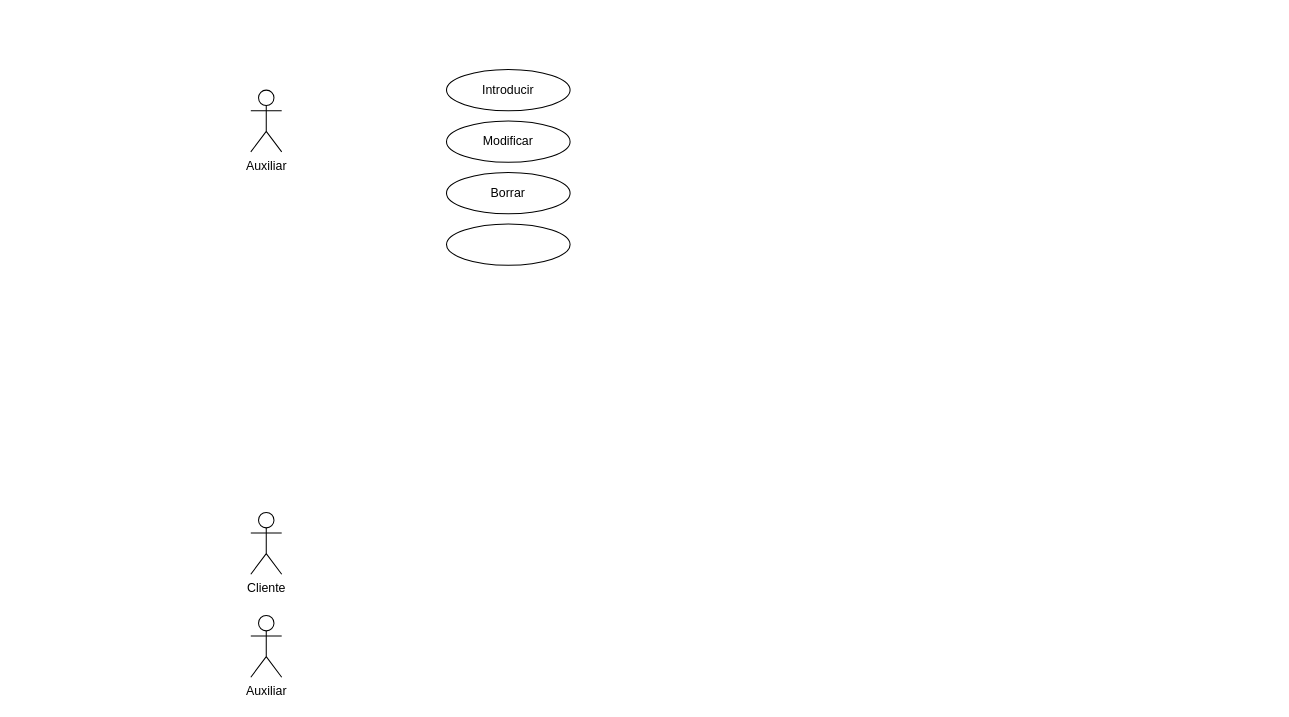
Aeyoz/entornos-desarrollo keeps this draw.io diagram as Diagrama sin título.drawio. Above is the earlier version. Source tidied: cells renumbered, new cells numbered last; positions are measured from the earlier drawing's top-left corner, leaving out a move shared by most shapes. Both pictures are drawn from the tidied source at 103%, with x=0, y=0 at pixel (250, 69).
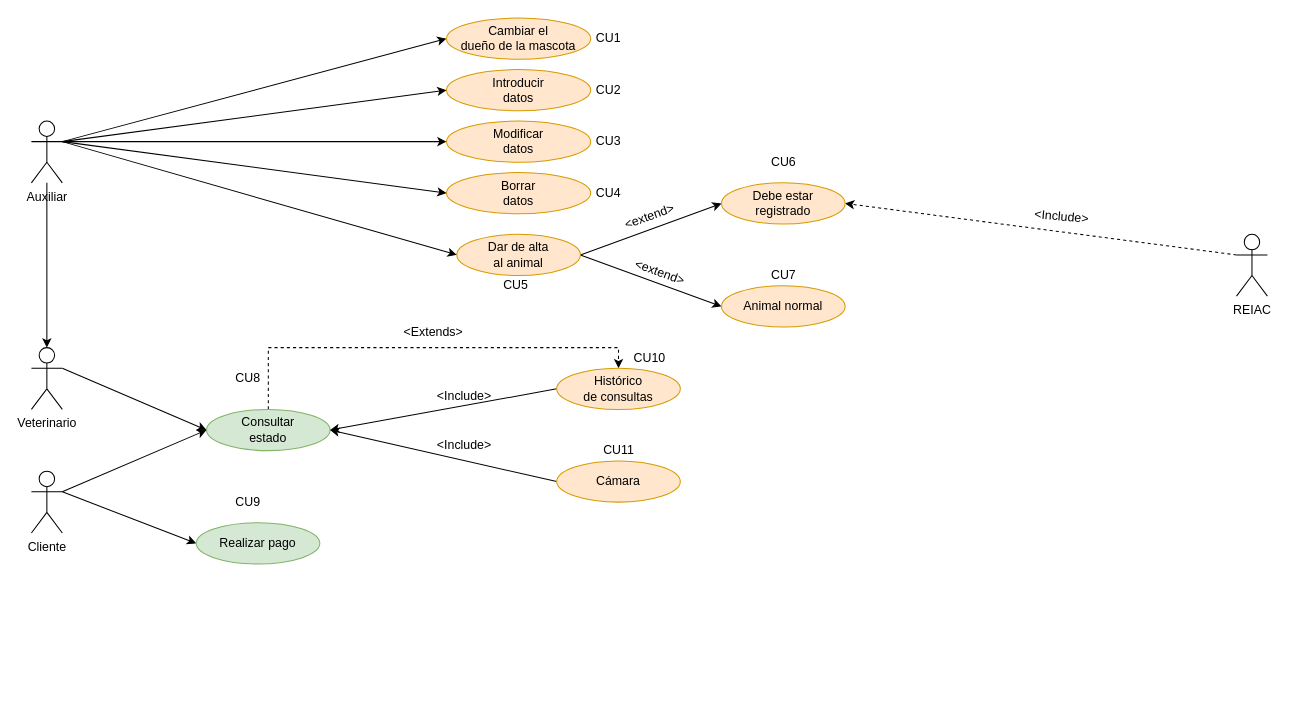
After the change.

Change to the diagram source:
```diff
@@
+    <mxCell id="9" style="edgeStyle=none;rounded=0;jettySize=auto;html=1;entryX=0.5;entryY=0;entryDx=0;entryDy=0;entryPerimeter=0;" parent="1" edge="1" source="2" target="14">
+      <mxGeometry relative="1" as="geometry" />
+    </mxCell>
     <mxCell id="2" value="Auxiliar" style="shape=umlActor;verticalLabelPosition=bottom;verticalAlign=top;html=1;outlineConnect=0;" parent="1" vertex="1">
-      <mxGeometry y="20" width="30" height="60" as="geometry" />
+      <mxGeometry x="-213" y="50" width="30" height="60" as="geometry" />
     </mxCell>
+    <mxCell id="10" style="edgeStyle=none;rounded=0;jettySize=auto;html=1;exitX=1;exitY=0.3333333333333333;exitDx=0;exitDy=0;exitPerimeter=0;entryX=0;entryY=0.5;entryDx=0;entryDy=0;" parent="1" edge="1" source="3" target="16">
+      <mxGeometry relative="1" as="geometry" />
+    </mxCell>
+    <mxCell id="11" style="edgeStyle=none;rounded=0;jettySize=auto;html=1;exitX=1;exitY=0.3333333333333333;exitDx=0;exitDy=0;exitPerimeter=0;entryX=0;entryY=0.5;entryDx=0;entryDy=0;" parent="1" edge="1" source="3" target="29">
+      <mxGeometry relative="1" as="geometry" />
+    </mxCell>
     <mxCell id="3" value="Cliente" style="shape=umlActor;verticalLabelPosition=bottom;verticalAlign=top;html=1;outlineConnect=0;" parent="1" vertex="1">
-      <mxGeometry y="430" width="30" height="60" as="geometry" />
+      <mxGeometry x="-213" y="390" width="30" height="60" as="geometry" />
     </mxCell>
-    <mxCell id="4" value="Auxiliar" style="shape=umlActor;verticalLabelPosition=bottom;verticalAlign=top;html=1;" parent="1" vertex="1">
-      <mxGeometry y="530" width="30" height="60" as="geometry" />
-    </mxCell>
-    <mxCell id="5" value="&lt;div&gt;Introducir&lt;/div&gt;" style="ellipse;whiteSpace=wrap;html=1;" parent="1" vertex="1">
-      <mxGeometry x="190" width="120" height="40" as="geometry" />
+    <mxCell id="5" value="&lt;div&gt;Introducir&lt;/div&gt;&lt;div&gt;datos&lt;br&gt;&lt;/div&gt;" style="ellipse;whiteSpace=wrap;html=1;fillColor=#ffe6cc;strokeColor=#d79b00;" parent="1" vertex="1">
+      <mxGeometry x="190" width="140" height="40" as="geometry" />
     </mxCell>
-    <mxCell id="6" value="Modificar" style="ellipse;whiteSpace=wrap;html=1;" parent="1" vertex="1">
-      <mxGeometry x="190" y="50" width="120" height="40" as="geometry" />
+    <mxCell id="6" value="&lt;div&gt;Modificar &lt;br&gt;&lt;/div&gt;&lt;div&gt;datos&lt;/div&gt;" style="ellipse;whiteSpace=wrap;html=1;fillColor=#ffe6cc;strokeColor=#d79b00;" parent="1" vertex="1">
+      <mxGeometry x="190" y="50" width="140" height="40" as="geometry" />
     </mxCell>
-    <mxCell id="7" style="ellipse;whiteSpace=wrap;html=1;" parent="1" vertex="1">
-      <mxGeometry x="190" y="150" width="120" height="40" as="geometry" />
-    </mxCell>
-    <mxCell id="8" value="Borrar" style="ellipse;whiteSpace=wrap;html=1;" parent="1" vertex="1">
-      <mxGeometry x="190" y="100" width="120" height="40" as="geometry" />
+    <mxCell id="8" value="&lt;div&gt;Borrar &lt;br&gt;&lt;/div&gt;&lt;div&gt;datos&lt;br&gt;&lt;/div&gt;" style="ellipse;whiteSpace=wrap;html=1;fillColor=#ffe6cc;strokeColor=#d79b00;" parent="1" vertex="1">
+      <mxGeometry x="190" y="100" width="140" height="40" as="geometry" />
     </mxCell>
+    <mxCell id="12" value="&lt;div&gt;REIAC&lt;/div&gt;" style="shape=umlActor;verticalLabelPosition=bottom;verticalAlign=top;html=1;outlineConnect=0;" parent="1" vertex="1">
+      <mxGeometry x="957" y="160" width="30" height="60" as="geometry" />
+    </mxCell>
+    <mxCell id="13" style="edgeStyle=none;rounded=0;jettySize=auto;html=1;exitX=1;exitY=0.3333333333333333;exitDx=0;exitDy=0;exitPerimeter=0;entryX=0;entryY=0.5;entryDx=0;entryDy=0;" parent="1" edge="1" source="14" target="16">
+      <mxGeometry relative="1" as="geometry" />
+    </mxCell>
+    <mxCell id="14" value="&lt;div&gt;Veterinario&lt;/div&gt;" style="shape=umlActor;verticalLabelPosition=bottom;verticalAlign=top;html=1;outlineConnect=0;" parent="1" vertex="1">
+      <mxGeometry x="-213" y="270" width="30" height="60" as="geometry" />
+    </mxCell>
+    <mxCell id="15" style="edgeStyle=orthogonalEdgeStyle;rounded=0;jettySize=auto;html=1;exitX=0.5;exitY=0;exitDx=0;exitDy=0;entryX=0.5;entryY=0;entryDx=0;entryDy=0;dashed=1;" parent="1" edge="1" source="16" target="26">
+      <mxGeometry relative="1" as="geometry" />
+    </mxCell>
+    <mxCell id="16" value="&lt;div&gt;Consultar&lt;/div&gt;&lt;div&gt;estado&lt;br&gt;&lt;/div&gt;" style="ellipse;whiteSpace=wrap;html=1;fillColor=#d5e8d4;strokeColor=#82b366;" parent="1" vertex="1">
+      <mxGeometry x="-43" y="330" width="120" height="40" as="geometry" />
+    </mxCell>
+    <mxCell id="17" style="edgeStyle=none;rounded=0;jettySize=auto;html=1;exitX=1;exitY=0.5;exitDx=0;exitDy=0;entryX=0;entryY=0.5;entryDx=0;entryDy=0;" parent="1" edge="1" source="19" target="35">
+      <mxGeometry relative="1" as="geometry" />
+    </mxCell>
+    <mxCell id="18" style="edgeStyle=none;rounded=0;jettySize=auto;html=1;exitX=1;exitY=0.5;exitDx=0;exitDy=0;entryX=0;entryY=0.5;entryDx=0;entryDy=0;" parent="1" edge="1" source="19" target="36">
+      <mxGeometry relative="1" as="geometry" />
+    </mxCell>
+    <mxCell id="19" value="&lt;div&gt;Dar de alta&lt;/div&gt;&lt;div&gt;al animal&lt;br&gt;&lt;/div&gt;" style="ellipse;whiteSpace=wrap;html=1;fillColor=#ffe6cc;strokeColor=#d79b00;" parent="1" vertex="1">
+      <mxGeometry x="200" y="160" width="120" height="40" as="geometry" />
+    </mxCell>
+    <mxCell id="20" style="rounded=0;jettySize=auto;html=1;exitX=1;exitY=0.3333333333333333;exitDx=0;exitDy=0;entryX=0;entryY=0.5;entryDx=0;entryDy=0;exitPerimeter=0;" parent="1" edge="1" source="2" target="19">
+      <mxGeometry relative="1" as="geometry" />
+    </mxCell>
+    <mxCell id="21" style="rounded=0;jettySize=auto;html=1;exitX=1;exitY=0.3333333333333333;exitDx=0;exitDy=0;entryX=0;entryY=0.5;entryDx=0;entryDy=0;exitPerimeter=0;" parent="1" edge="1" source="2" target="8">
+      <mxGeometry relative="1" as="geometry" />
+    </mxCell>
+    <mxCell id="22" style="rounded=0;jettySize=auto;html=1;exitX=1;exitY=0.3333333333333333;exitDx=0;exitDy=0;entryX=0;entryY=0.5;entryDx=0;entryDy=0;exitPerimeter=0;" parent="1" edge="1" source="2" target="6">
+      <mxGeometry relative="1" as="geometry" />
+    </mxCell>
+    <mxCell id="23" style="rounded=0;jettySize=auto;html=1;exitX=1;exitY=0.3333333333333333;exitDx=0;exitDy=0;entryX=0;entryY=0.5;entryDx=0;entryDy=0;exitPerimeter=0;" parent="1" edge="1" source="2" target="5">
+      <mxGeometry relative="1" as="geometry" />
+    </mxCell>
+    <mxCell id="24" style="rounded=0;jettySize=auto;html=1;exitX=1;exitY=0.3333333333333333;exitDx=0;exitDy=0;entryX=0;entryY=0.5;entryDx=0;entryDy=0;exitPerimeter=0;" parent="1" edge="1" source="2" target="33">
+      <mxGeometry relative="1" as="geometry" />
+    </mxCell>
+    <mxCell id="25" style="edgeStyle=none;rounded=0;jettySize=auto;html=1;exitX=0;exitY=0.5;exitDx=0;exitDy=0;entryX=1;entryY=0.5;entryDx=0;entryDy=0;" parent="1" edge="1" source="26">
+      <mxGeometry relative="1" as="geometry">
+        <mxPoint x="77" y="350" as="targetPoint" />
+      </mxGeometry>
+    </mxCell>
+    <mxCell id="26" value="&lt;div&gt;Histórico &lt;br&gt;&lt;/div&gt;&lt;div&gt;de consultas&lt;/div&gt;" style="ellipse;whiteSpace=wrap;html=1;fillColor=#ffe6cc;strokeColor=#d79b00;" parent="1" vertex="1">
+      <mxGeometry x="297" y="290" width="120" height="40" as="geometry" />
+    </mxCell>
+    <mxCell id="27" style="edgeStyle=none;rounded=0;jettySize=auto;html=1;exitX=0;exitY=0.5;exitDx=0;exitDy=0;entryX=1;entryY=0.5;entryDx=0;entryDy=0;" parent="1" edge="1" source="28">
+      <mxGeometry relative="1" as="geometry">
+        <mxPoint x="77" y="350" as="targetPoint" />
+      </mxGeometry>
+    </mxCell>
+    <mxCell id="28" value="Cámara" style="ellipse;whiteSpace=wrap;html=1;fillColor=#ffe6cc;strokeColor=#d79b00;" parent="1" vertex="1">
+      <mxGeometry x="297" y="380" width="120" height="40" as="geometry" />
+    </mxCell>
+    <mxCell id="29" value="Realizar pago" style="ellipse;whiteSpace=wrap;html=1;fillColor=#d5e8d4;strokeColor=#82b366;" parent="1" vertex="1">
+      <mxGeometry x="-53" y="440" width="120" height="40" as="geometry" />
+    </mxCell>
+    <mxCell id="30" value="&amp;lt;Include&amp;gt;" style="text;html=1;align=center;verticalAlign=middle;strokeColor=none;fillColor=none;" parent="1" vertex="1">
+      <mxGeometry x="167" y="350" width="80" height="30" as="geometry" />
+    </mxCell>
+    <mxCell id="31" value="&amp;lt;Include&amp;gt;" style="text;html=1;align=center;verticalAlign=middle;strokeColor=none;fillColor=none;" parent="1" vertex="1">
+      <mxGeometry x="167" y="302" width="80" height="30" as="geometry" />
+    </mxCell>
+    <mxCell id="32" style="edgeStyle=none;rounded=0;jettySize=auto;html=1;exitX=0;exitY=0.3333333333333333;exitDx=0;exitDy=0;entryX=1;entryY=0.5;entryDx=0;entryDy=0;dashed=1;exitPerimeter=0;" parent="1" edge="1" source="12" target="35">
+      <mxGeometry relative="1" as="geometry" />
+    </mxCell>
+    <mxCell id="33" value="&lt;div&gt;Cambiar el &lt;br&gt;&lt;/div&gt;&lt;div&gt;dueño de la mascota&lt;/div&gt;" style="ellipse;whiteSpace=wrap;html=1;fillColor=#ffe6cc;strokeColor=#d79b00;" parent="1" vertex="1">
+      <mxGeometry x="190" y="-50" width="140" height="40" as="geometry" />
+    </mxCell>
+    <mxCell id="34" value="&amp;lt;Extends&amp;gt;" style="text;html=1;align=center;verticalAlign=middle;strokeColor=none;fillColor=none;" parent="1" vertex="1">
+      <mxGeometry x="137" y="240" width="80" height="30" as="geometry" />
+    </mxCell>
+    <mxCell id="35" value="&lt;div&gt;Debe estar &lt;br&gt;&lt;/div&gt;&lt;div&gt;registrado&lt;br&gt;&lt;/div&gt;" style="ellipse;whiteSpace=wrap;html=1;fillColor=#ffe6cc;strokeColor=#d79b00;" parent="1" vertex="1">
+      <mxGeometry x="457" y="110" width="120" height="40" as="geometry" />
+    </mxCell>
+    <mxCell id="36" value="Animal normal" style="ellipse;whiteSpace=wrap;html=1;fillColor=#ffe6cc;strokeColor=#d79b00;" parent="1" vertex="1">
+      <mxGeometry x="457" y="210" width="120" height="40" as="geometry" />
+    </mxCell>
+    <mxCell id="37" value="&amp;lt;Include&amp;gt;" style="text;html=1;align=center;verticalAlign=middle;strokeColor=none;fillColor=none;rotation=5;" parent="1" vertex="1">
+      <mxGeometry x="747" y="128" width="80" height="30" as="geometry" />
+    </mxCell>
+    <mxCell id="38" value="&lt;div&gt;&amp;lt;extend&amp;gt;&lt;/div&gt;" style="text;html=1;align=center;verticalAlign=middle;strokeColor=none;fillColor=none;rotation=-20;" parent="1" vertex="1">
+      <mxGeometry x="352" y="128" width="70" height="30" as="geometry" />
+    </mxCell>
+    <mxCell id="39" value="&lt;div&gt;&amp;lt;extend&amp;gt;&lt;/div&gt;" style="text;html=1;align=center;verticalAlign=middle;strokeColor=none;fillColor=none;rotation=20;" parent="1" vertex="1">
+      <mxGeometry x="362" y="182" width="70" height="30" as="geometry" />
+    </mxCell>
+    <mxCell id="40" value="CU4" style="text;html=1;align=center;verticalAlign=middle;strokeColor=none;fillColor=none;" parent="1" vertex="1">
+      <mxGeometry x="322" y="105" width="50" height="30" as="geometry" />
+    </mxCell>
+    <mxCell id="41" value="CU1" style="text;html=1;align=center;verticalAlign=middle;strokeColor=none;fillColor=none;" parent="1" vertex="1">
+      <mxGeometry x="322" y="-45" width="50" height="30" as="geometry" />
+    </mxCell>
+    <mxCell id="42" value="CU3" style="text;html=1;align=center;verticalAlign=middle;strokeColor=none;fillColor=none;" parent="1" vertex="1">
+      <mxGeometry x="322" y="55" width="50" height="30" as="geometry" />
+    </mxCell>
+    <mxCell id="43" value="&lt;div&gt;CU2&lt;/div&gt;" style="text;html=1;align=center;verticalAlign=middle;strokeColor=none;fillColor=none;" parent="1" vertex="1">
+      <mxGeometry x="322" y="5" width="50" height="30" as="geometry" />
+    </mxCell>
+    <mxCell id="44" value="CU10" style="text;html=1;align=center;verticalAlign=middle;strokeColor=none;fillColor=none;" parent="1" vertex="1">
+      <mxGeometry x="362" y="265" width="50" height="30" as="geometry" />
+    </mxCell>
+    <mxCell id="45" value="CU11" style="text;html=1;align=center;verticalAlign=middle;strokeColor=none;fillColor=none;" parent="1" vertex="1">
+      <mxGeometry x="332" y="355" width="50" height="30" as="geometry" />
+    </mxCell>
+    <mxCell id="46" value="CU7" style="text;html=1;align=center;verticalAlign=middle;strokeColor=none;fillColor=none;" parent="1" vertex="1">
+      <mxGeometry x="492" y="185" width="50" height="30" as="geometry" />
+    </mxCell>
+    <mxCell id="47" value="CU6" style="text;html=1;align=center;verticalAlign=middle;strokeColor=none;fillColor=none;" parent="1" vertex="1">
+      <mxGeometry x="492" y="75" width="50" height="30" as="geometry" />
+    </mxCell>
+    <mxCell id="48" value="CU5" style="text;html=1;align=center;verticalAlign=middle;strokeColor=none;fillColor=none;" parent="1" vertex="1">
+      <mxGeometry x="232" y="195" width="50" height="30" as="geometry" />
+    </mxCell>
+    <mxCell id="49" value="CU8" style="text;html=1;align=center;verticalAlign=middle;strokeColor=none;fillColor=none;" parent="1" vertex="1">
+      <mxGeometry x="-28" y="285" width="50" height="30" as="geometry" />
+    </mxCell>
+    <mxCell id="50" value="CU9" style="text;html=1;align=center;verticalAlign=middle;strokeColor=none;fillColor=none;" parent="1" vertex="1">
+      <mxGeometry x="-28" y="405" width="50" height="30" as="geometry" />
+    </mxCell>
```
